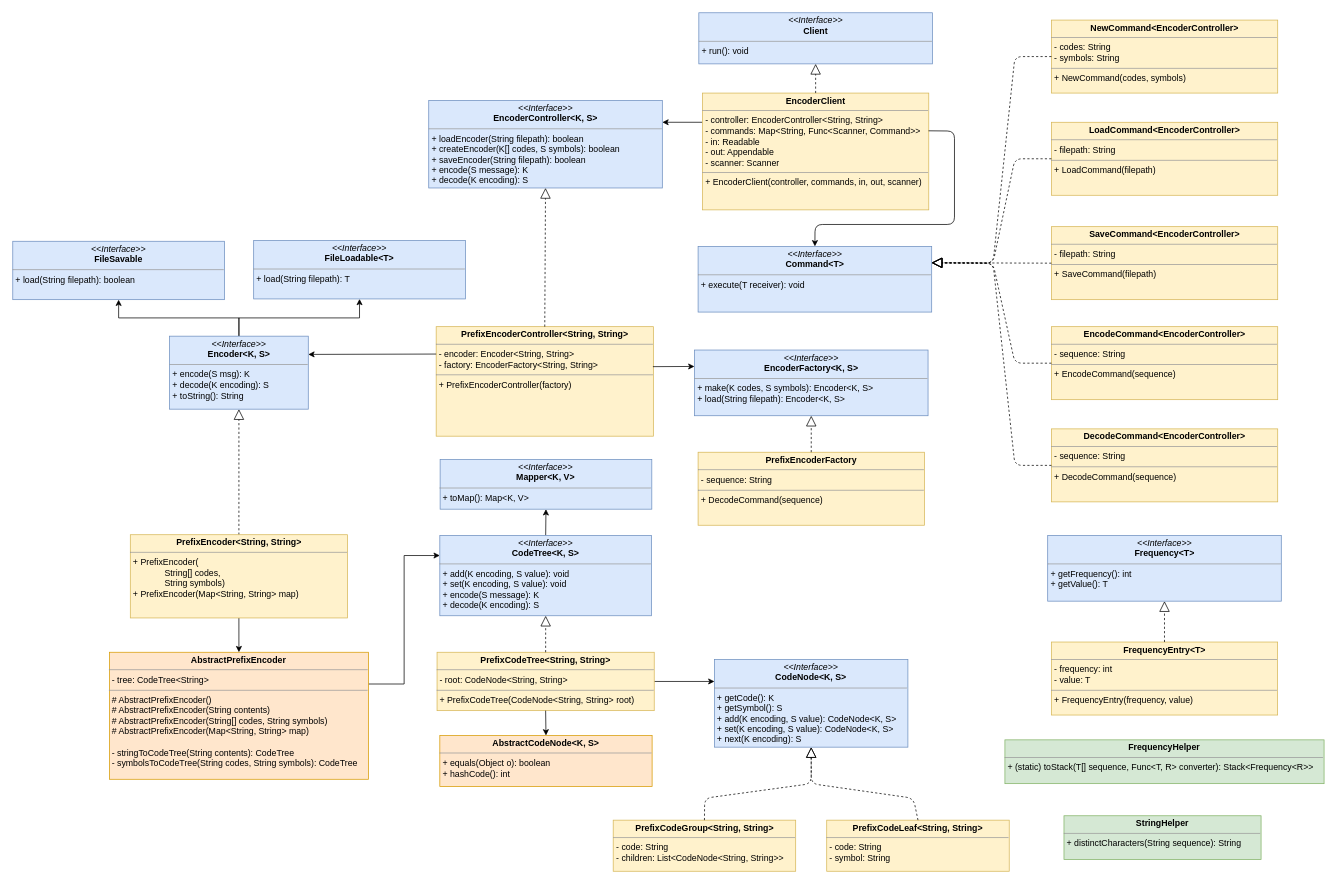
Before: HW4/HW4-final-design.drawio in gbattra/OOP-Design-Patterns-in-Java, a draw.io diagram. Source tidied: cells renumbered, new cells numbered last; positions are measured from the earlier drawing's top-left corner, leaving out a move shared by most shapes. Both pictures are drawn from the tidied source at 73%, with x=0, y=0 at pixel (12, 12).
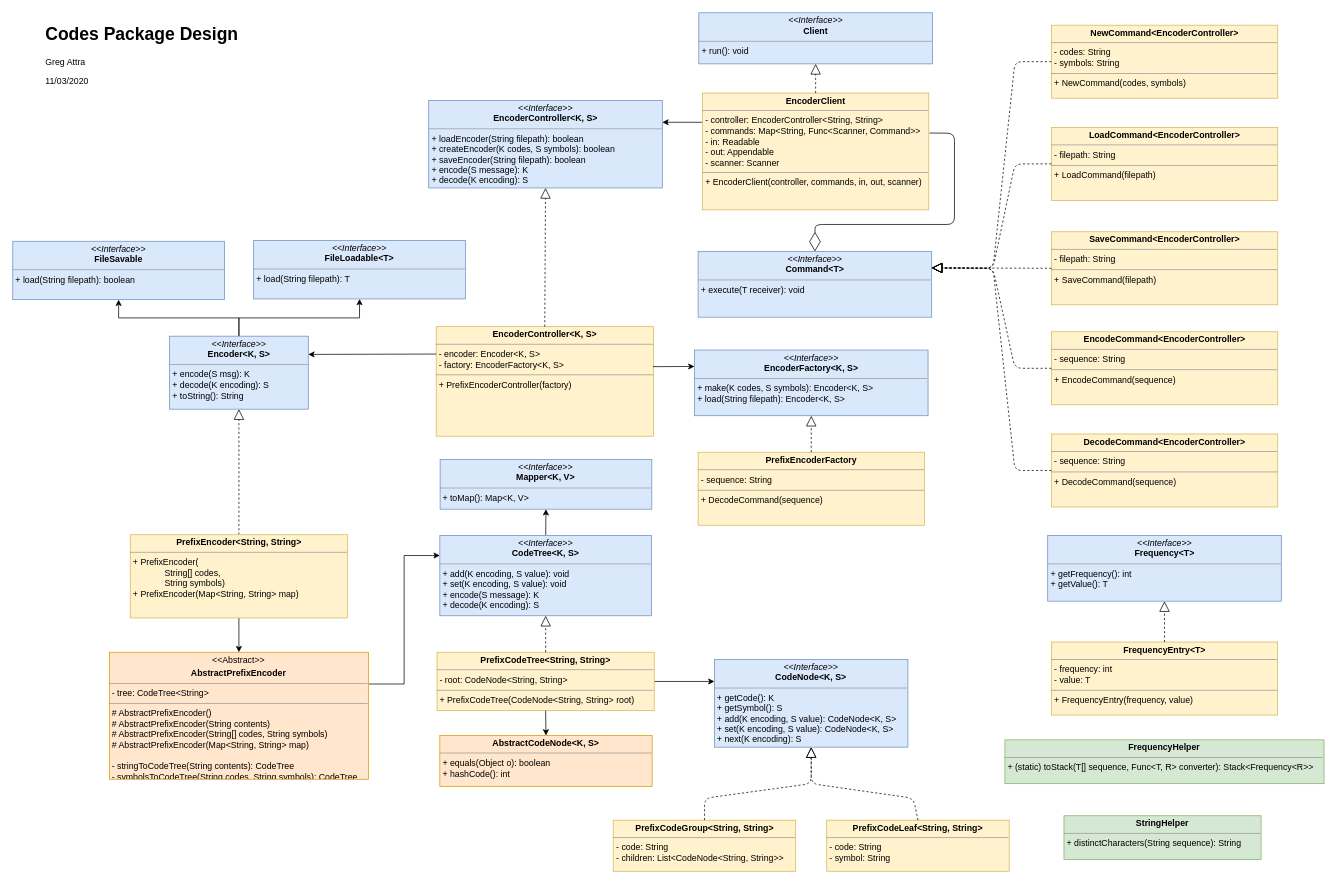
The same diagram, later.

The change refers to these unchanged cells:
```xml
<mxCell id="22" value="&lt;p style=&quot;margin: 0px ; margin-top: 4px ; text-align: center&quot;&gt;&lt;span style=&quot;font-weight: 700&quot;&gt;EncoderClient&lt;/span&gt;&lt;br&gt;&lt;/p&gt;&lt;hr size=&quot;1&quot;&gt;&lt;p style=&quot;margin: 0px ; margin-left: 4px&quot;&gt;- controller: EncoderController&amp;lt;String, String&amp;gt;&lt;br&gt;&lt;/p&gt;&lt;p style=&quot;margin: 0px ; margin-left: 4px&quot;&gt;- commands: Map&amp;lt;String, Func&amp;lt;Scanner, Command&amp;gt;&amp;gt;&lt;/p&gt;&lt;p style=&quot;margin: 0px ; margin-left: 4px&quot;&gt;- in: Readable&lt;/p&gt;&lt;p style=&quot;margin: 0px ; margin-left: 4px&quot;&gt;- out: Appendable&lt;/p&gt;&lt;p style=&quot;margin: 0px ; margin-left: 4px&quot;&gt;- scanner: Scanner&lt;/p&gt;&lt;hr size=&quot;1&quot;&gt;&lt;p style=&quot;margin: 0px ; margin-left: 4px&quot;&gt;+ EncoderClient(controller, commands, in, out, scanner)&lt;/p&gt;" style="verticalAlign=top;align=left;overflow=fill;fontSize=12;fontFamily=Helvetica;html=1;fillColor=#fff2cc;strokeColor=#d6b656;" parent="1" vertex="1">
  <mxGeometry x="944.8" y="110" width="310" height="160" as="geometry" />
</mxCell>
```

Change to the diagram source:
```diff
@@
-    <mxCell id="9" value="&lt;p style=&quot;margin: 0px ; margin-top: 4px ; text-align: center&quot;&gt;&lt;i&gt;&amp;lt;&amp;lt;Interface&amp;gt;&amp;gt;&lt;/i&gt;&lt;br&gt;&lt;b&gt;EncoderController&amp;lt;K, S&amp;gt;&lt;/b&gt;&lt;/p&gt;&lt;hr size=&quot;1&quot;&gt;&lt;p style=&quot;margin: 0px ; margin-left: 4px&quot;&gt;+ loadEncoder(String filepath): boolean&lt;br&gt;&lt;/p&gt;&lt;p style=&quot;margin: 0px ; margin-left: 4px&quot;&gt;+ createEncoder(K[] codes, S symbols): boolean&lt;/p&gt;&lt;p style=&quot;margin: 0px ; margin-left: 4px&quot;&gt;+ saveEncoder(String filepath): boolean&lt;/p&gt;&lt;p style=&quot;margin: 0px ; margin-left: 4px&quot;&gt;+ encode(S message): K&lt;/p&gt;&lt;p style=&quot;margin: 0px ; margin-left: 4px&quot;&gt;+ decode(K encoding): S&lt;/p&gt;" style="verticalAlign=top;align=left;overflow=fill;fontSize=12;fontFamily=Helvetica;html=1;fillColor=#dae8fc;strokeColor=#6c8ebf;" parent="1" vertex="1">
+    <mxCell id="9" value="&lt;p style=&quot;margin: 0px ; margin-top: 4px ; text-align: center&quot;&gt;&lt;i&gt;&amp;lt;&amp;lt;Interface&amp;gt;&amp;gt;&lt;/i&gt;&lt;br&gt;&lt;b&gt;EncoderController&amp;lt;K, S&amp;gt;&lt;/b&gt;&lt;/p&gt;&lt;hr size=&quot;1&quot;&gt;&lt;p style=&quot;margin: 0px ; margin-left: 4px&quot;&gt;+ loadEncoder(String filepath): boolean&lt;br&gt;&lt;/p&gt;&lt;p style=&quot;margin: 0px ; margin-left: 4px&quot;&gt;+ createEncoder(K codes, S symbols): boolean&lt;/p&gt;&lt;p style=&quot;margin: 0px ; margin-left: 4px&quot;&gt;+ saveEncoder(String filepath): boolean&lt;/p&gt;&lt;p style=&quot;margin: 0px ; margin-left: 4px&quot;&gt;+ encode(S message): K&lt;/p&gt;&lt;p style=&quot;margin: 0px ; margin-left: 4px&quot;&gt;+ decode(K encoding): S&lt;/p&gt;" style="verticalAlign=top;align=left;overflow=fill;fontSize=12;fontFamily=Helvetica;html=1;fillColor=#dae8fc;strokeColor=#6c8ebf;" parent="1" vertex="1">
       <mxGeometry x="569.8" y="120" width="320" height="120" as="geometry" />
     </mxCell>
@@
-    <mxCell id="18" value="&lt;p style=&quot;margin: 0px ; margin-top: 4px ; text-align: center&quot;&gt;&lt;span style=&quot;font-weight: 700&quot;&gt;PrefixEncoderController&amp;lt;String, String&amp;gt;&lt;/span&gt;&lt;br&gt;&lt;/p&gt;&lt;hr size=&quot;1&quot;&gt;&lt;p style=&quot;margin: 0px ; margin-left: 4px&quot;&gt;- encoder: Encoder&amp;lt;String, String&amp;gt;&lt;br&gt;&lt;/p&gt;&lt;p style=&quot;margin: 0px ; margin-left: 4px&quot;&gt;- factory: EncoderFactory&amp;lt;String, String&amp;gt;&lt;/p&gt;&lt;hr size=&quot;1&quot;&gt;&lt;p style=&quot;margin: 0px ; margin-left: 4px&quot;&gt;+ PrefixEncoderController(factory)&lt;/p&gt;" style="verticalAlign=top;align=left;overflow=fill;fontSize=12;fontFamily=Helvetica;html=1;fillColor=#fff2cc;strokeColor=#d6b656;" parent="1" vertex="1">
+    <mxCell id="18" value="&lt;p style=&quot;margin: 0px ; margin-top: 4px ; text-align: center&quot;&gt;&lt;span style=&quot;font-weight: 700&quot;&gt;EncoderController&amp;lt;K, S&amp;gt;&lt;/span&gt;&lt;br&gt;&lt;/p&gt;&lt;hr size=&quot;1&quot;&gt;&lt;p style=&quot;margin: 0px ; margin-left: 4px&quot;&gt;- encoder: Encoder&amp;lt;K, S&amp;gt;&lt;br&gt;&lt;/p&gt;&lt;p style=&quot;margin: 0px ; margin-left: 4px&quot;&gt;- factory: EncoderFactory&amp;lt;K, S&amp;gt;&lt;/p&gt;&lt;hr size=&quot;1&quot;&gt;&lt;p style=&quot;margin: 0px ; margin-left: 4px&quot;&gt;+ PrefixEncoderController(factory)&lt;/p&gt;" style="verticalAlign=top;align=left;overflow=fill;fontSize=12;fontFamily=Helvetica;html=1;fillColor=#fff2cc;strokeColor=#d6b656;" parent="1" vertex="1">
       <mxGeometry x="580" y="430" width="297.5" height="150" as="geometry" />
     </mxCell>
@@
     <mxCell id="24" value="&lt;p style=&quot;margin: 0px ; margin-top: 4px ; text-align: center&quot;&gt;&lt;i&gt;&amp;lt;&amp;lt;Interface&amp;gt;&amp;gt;&lt;/i&gt;&lt;br&gt;&lt;b&gt;Command&amp;lt;T&amp;gt;&lt;/b&gt;&lt;/p&gt;&lt;hr size=&quot;1&quot;&gt;&lt;p style=&quot;margin: 0px ; margin-left: 4px&quot;&gt;+ execute(T receiver): void&lt;/p&gt;" style="verticalAlign=top;align=left;overflow=fill;fontSize=12;fontFamily=Helvetica;html=1;fillColor=#dae8fc;strokeColor=#6c8ebf;" parent="1" vertex="1">
-      <mxGeometry x="938.8" y="320" width="320" height="90" as="geometry" />
+      <mxGeometry x="938.8" y="327" width="320" height="90" as="geometry" />
     </mxCell>
     <mxCell id="25" value="&lt;p style=&quot;margin: 0px ; margin-top: 4px ; text-align: center&quot;&gt;&lt;span style=&quot;font-weight: 700&quot;&gt;LoadCommand&amp;lt;EncoderController&amp;gt;&lt;/span&gt;&lt;br&gt;&lt;/p&gt;&lt;hr size=&quot;1&quot;&gt;&lt;p style=&quot;margin: 0px ; margin-left: 4px&quot;&gt;- filepath: String&lt;br&gt;&lt;/p&gt;&lt;hr size=&quot;1&quot;&gt;&lt;p style=&quot;margin: 0px ; margin-left: 4px&quot;&gt;+ LoadCommand(filepath)&lt;/p&gt;" style="verticalAlign=top;align=left;overflow=fill;fontSize=12;fontFamily=Helvetica;html=1;fillColor=#fff2cc;strokeColor=#d6b656;" parent="1" vertex="1">
-      <mxGeometry x="1422.8" y="150" width="310" height="100" as="geometry" />
+      <mxGeometry x="1422.8" y="157" width="310" height="100" as="geometry" />
     </mxCell>
     <mxCell id="26" value="&lt;p style=&quot;margin: 0px ; margin-top: 4px ; text-align: center&quot;&gt;&lt;span style=&quot;font-weight: 700&quot;&gt;SaveCommand&amp;lt;EncoderController&amp;gt;&lt;/span&gt;&lt;br&gt;&lt;/p&gt;&lt;hr size=&quot;1&quot;&gt;&lt;p style=&quot;margin: 0px ; margin-left: 4px&quot;&gt;- filepath: String&lt;br&gt;&lt;/p&gt;&lt;hr size=&quot;1&quot;&gt;&lt;p style=&quot;margin: 0px ; margin-left: 4px&quot;&gt;+ SaveCommand(filepath)&lt;/p&gt;" style="verticalAlign=top;align=left;overflow=fill;fontSize=12;fontFamily=Helvetica;html=1;fillColor=#fff2cc;strokeColor=#d6b656;" parent="1" vertex="1">
-      <mxGeometry x="1422.8" y="293" width="310" height="100" as="geometry" />
+      <mxGeometry x="1422.8" y="300" width="310" height="100" as="geometry" />
     </mxCell>
     <mxCell id="27" value="&lt;p style=&quot;margin: 0px ; margin-top: 4px ; text-align: center&quot;&gt;&lt;span style=&quot;font-weight: 700&quot;&gt;EncodeCommand&amp;lt;EncoderController&amp;gt;&lt;/span&gt;&lt;br&gt;&lt;/p&gt;&lt;hr size=&quot;1&quot;&gt;&lt;p style=&quot;margin: 0px ; margin-left: 4px&quot;&gt;- sequence: String&lt;br&gt;&lt;/p&gt;&lt;hr size=&quot;1&quot;&gt;&lt;p style=&quot;margin: 0px ; margin-left: 4px&quot;&gt;+ EncodeCommand(sequence)&lt;/p&gt;" style="verticalAlign=top;align=left;overflow=fill;fontSize=12;fontFamily=Helvetica;html=1;fillColor=#fff2cc;strokeColor=#d6b656;" parent="1" vertex="1">
-      <mxGeometry x="1422.8" y="430" width="310" height="100" as="geometry" />
+      <mxGeometry x="1422.8" y="437" width="310" height="100" as="geometry" />
     </mxCell>
     <mxCell id="28" value="&lt;p style=&quot;margin: 0px ; margin-top: 4px ; text-align: center&quot;&gt;&lt;span style=&quot;font-weight: 700&quot;&gt;NewCommand&amp;lt;EncoderController&amp;gt;&lt;/span&gt;&lt;br&gt;&lt;/p&gt;&lt;hr size=&quot;1&quot;&gt;&lt;p style=&quot;margin: 0px ; margin-left: 4px&quot;&gt;- codes: String&lt;br&gt;&lt;/p&gt;&lt;p style=&quot;margin: 0px ; margin-left: 4px&quot;&gt;- symbols: String&lt;/p&gt;&lt;hr size=&quot;1&quot;&gt;&lt;p style=&quot;margin: 0px ; margin-left: 4px&quot;&gt;+ NewCommand(codes, symbols)&lt;/p&gt;" style="verticalAlign=top;align=left;overflow=fill;fontSize=12;fontFamily=Helvetica;html=1;fillColor=#fff2cc;strokeColor=#d6b656;" parent="1" vertex="1">
-      <mxGeometry x="1422.8" y="10" width="310" height="100" as="geometry" />
+      <mxGeometry x="1422.8" y="17" width="310" height="100" as="geometry" />
     </mxCell>
     <mxCell id="29" value="&lt;p style=&quot;margin: 0px ; margin-top: 4px ; text-align: center&quot;&gt;&lt;span style=&quot;font-weight: 700&quot;&gt;DecodeCommand&amp;lt;EncoderController&amp;gt;&lt;/span&gt;&lt;br&gt;&lt;/p&gt;&lt;hr size=&quot;1&quot;&gt;&lt;p style=&quot;margin: 0px ; margin-left: 4px&quot;&gt;- sequence: String&lt;br&gt;&lt;/p&gt;&lt;hr size=&quot;1&quot;&gt;&lt;p style=&quot;margin: 0px ; margin-left: 4px&quot;&gt;+ DecodeCommand(sequence)&lt;/p&gt;" style="verticalAlign=top;align=left;overflow=fill;fontSize=12;fontFamily=Helvetica;html=1;fillColor=#fff2cc;strokeColor=#d6b656;" parent="1" vertex="1">
-      <mxGeometry x="1422.8" y="570" width="310" height="100" as="geometry" />
+      <mxGeometry x="1422.8" y="577" width="310" height="100" as="geometry" />
     </mxCell>
@@
     <mxCell id="32" style="endArrow=block;dashed=1;endFill=0;endSize=12;html=1;exitX=0;exitY=0.5;exitDx=0;exitDy=0;entryX=1;entryY=0.25;entryDx=0;entryDy=0;" parent="1" edge="1" source="25" target="24">
       <mxGeometry relative="1" as="geometry">
         <Array as="points">
-          <mxPoint x="1372.8" y="200" />
-          <mxPoint x="1342.8" y="343" />
+          <mxPoint x="1372.8" y="207" />
+          <mxPoint x="1342.8" y="350" />
         </Array>
       </mxGeometry>
     </mxCell>
     <mxCell id="33" style="endArrow=block;dashed=1;endFill=0;endSize=12;html=1;exitX=0;exitY=0.5;exitDx=0;exitDy=0;entryX=1;entryY=0.25;entryDx=0;entryDy=0;" parent="1" edge="1" source="28" target="24">
       <mxGeometry relative="1" as="geometry">
         <Array as="points">
-          <mxPoint x="1372.8" y="60" />
-          <mxPoint x="1342.8" y="343" />
+          <mxPoint x="1372.8" y="67" />
+          <mxPoint x="1342.8" y="350" />
         </Array>
       </mxGeometry>
     </mxCell>
     <mxCell id="34" style="endArrow=block;dashed=1;endFill=0;endSize=12;html=1;exitX=0;exitY=0.5;exitDx=0;exitDy=0;entryX=1;entryY=0.25;entryDx=0;entryDy=0;" parent="1" edge="1" source="27" target="24">
       <mxGeometry relative="1" as="geometry">
         <Array as="points">
-          <mxPoint x="1372.8" y="480" />
-          <mxPoint x="1342.8" y="343" />
+          <mxPoint x="1372.8" y="487" />
+          <mxPoint x="1342.8" y="350" />
         </Array>
       </mxGeometry>
     </mxCell>
     <mxCell id="35" style="endArrow=block;dashed=1;endFill=0;endSize=12;html=1;exitX=0;exitY=0.5;exitDx=0;exitDy=0;entryX=1;entryY=0.25;entryDx=0;entryDy=0;" parent="1" edge="1" source="29" target="24">
       <mxGeometry relative="1" as="geometry">
         <Array as="points">
-          <mxPoint x="1372.8" y="620" />
-          <mxPoint x="1342.8" y="343" />
+          <mxPoint x="1372.8" y="627" />
+          <mxPoint x="1342.8" y="350" />
         </Array>
       </mxGeometry>
     </mxCell>
@@
-    <mxCell id="42" style="endArrow=classic;html=1;exitX=0.999;exitY=0.323;exitDx=0;exitDy=0;exitPerimeter=0;entryX=0.5;entryY=0;entryDx=0;entryDy=0;" parent="1" edge="1" source="22" target="24">
-      <mxGeometry relative="1" as="geometry">
-        <Array as="points">
-          <mxPoint x="1290" y="162" />
-          <mxPoint x="1290" y="290" />
-          <mxPoint x="1099" y="290" />
-        </Array>
-      </mxGeometry>
-    </mxCell>
@@
-    <mxCell id="53" value="&lt;p style=&quot;margin: 0px ; margin-top: 4px ; text-align: center&quot;&gt;&lt;span style=&quot;font-weight: 700&quot;&gt;AbstractPrefixEncoder&lt;/span&gt;&lt;br&gt;&lt;/p&gt;&lt;hr size=&quot;1&quot;&gt;&lt;p style=&quot;margin: 0px ; margin-left: 4px&quot;&gt;- tree: CodeTree&amp;lt;String&amp;gt;&lt;br&gt;&lt;/p&gt;&lt;hr size=&quot;1&quot;&gt;&lt;p style=&quot;margin: 0px ; margin-left: 4px&quot;&gt;# AbstractPrefixEncoder()&lt;/p&gt;&lt;p style=&quot;margin: 0px ; margin-left: 4px&quot;&gt;# AbstractPrefixEncoder(String contents)&lt;/p&gt;&lt;p style=&quot;margin: 0px ; margin-left: 4px&quot;&gt;# AbstractPrefixEncoder(&lt;span&gt;String[] codes,&amp;nbsp;&lt;/span&gt;&lt;span&gt;String symbols)&lt;/span&gt;&lt;/p&gt;&lt;p style=&quot;margin: 0px ; margin-left: 4px&quot;&gt;# AbstractPrefixEncoder(&lt;span&gt;Map&amp;lt;String, String&amp;gt; map)&lt;/span&gt;&lt;/p&gt;&lt;p style=&quot;margin: 0px ; margin-left: 4px&quot;&gt;&lt;span&gt;&lt;br&gt;&lt;/span&gt;&lt;/p&gt;&lt;p style=&quot;margin: 0px ; margin-left: 4px&quot;&gt;&lt;span&gt;- stringToCodeTree(String contents): CodeTree&lt;/span&gt;&lt;/p&gt;&lt;p style=&quot;margin: 0px ; margin-left: 4px&quot;&gt;&lt;span&gt;- symbolsToCodeTree(String codes, String symbols): CodeTree&lt;/span&gt;&lt;/p&gt;" style="verticalAlign=top;align=left;overflow=fill;fontSize=12;fontFamily=Helvetica;html=1;fillColor=#ffe6cc;strokeColor=#d79b00;" parent="1" vertex="1">
+    <mxCell id="53" value="&lt;p style=&quot;margin: 0px ; margin-top: 4px ; text-align: center&quot;&gt;&amp;lt;&amp;lt;Abstract&amp;gt;&amp;gt;&lt;/p&gt;&lt;p style=&quot;margin: 0px ; margin-top: 4px ; text-align: center&quot;&gt;&lt;span style=&quot;font-weight: 700&quot;&gt;AbstractPrefixEncoder&lt;/span&gt;&lt;br&gt;&lt;/p&gt;&lt;hr size=&quot;1&quot;&gt;&lt;p style=&quot;margin: 0px ; margin-left: 4px&quot;&gt;- tree: CodeTree&amp;lt;String&amp;gt;&lt;br&gt;&lt;/p&gt;&lt;hr size=&quot;1&quot;&gt;&lt;p style=&quot;margin: 0px ; margin-left: 4px&quot;&gt;# AbstractPrefixEncoder()&lt;/p&gt;&lt;p style=&quot;margin: 0px ; margin-left: 4px&quot;&gt;# AbstractPrefixEncoder(String contents)&lt;/p&gt;&lt;p style=&quot;margin: 0px ; margin-left: 4px&quot;&gt;# AbstractPrefixEncoder(&lt;span&gt;String[] codes,&amp;nbsp;&lt;/span&gt;&lt;span&gt;String symbols)&lt;/span&gt;&lt;/p&gt;&lt;p style=&quot;margin: 0px ; margin-left: 4px&quot;&gt;# AbstractPrefixEncoder(&lt;span&gt;Map&amp;lt;String, String&amp;gt; map)&lt;/span&gt;&lt;/p&gt;&lt;p style=&quot;margin: 0px ; margin-left: 4px&quot;&gt;&lt;span&gt;&lt;br&gt;&lt;/span&gt;&lt;/p&gt;&lt;p style=&quot;margin: 0px ; margin-left: 4px&quot;&gt;&lt;span&gt;- stringToCodeTree(String contents): CodeTree&lt;/span&gt;&lt;/p&gt;&lt;p style=&quot;margin: 0px ; margin-left: 4px&quot;&gt;&lt;span&gt;- symbolsToCodeTree(String codes, String symbols): CodeTree&lt;/span&gt;&lt;/p&gt;" style="verticalAlign=top;align=left;overflow=fill;fontSize=12;fontFamily=Helvetica;html=1;fillColor=#ffe6cc;strokeColor=#d79b00;" parent="1" vertex="1">
       <mxGeometry x="132.4" y="876" width="354.8" height="174" as="geometry" />
     </mxCell>
+    <mxCell id="54" value="&lt;h1&gt;Codes Package Design&lt;/h1&gt;&lt;p&gt;Greg Attra&lt;/p&gt;&lt;p&gt;11/03/2020&lt;/p&gt;" style="text;html=1;strokeColor=none;fillColor=none;spacing=5;spacingTop=-20;whiteSpace=wrap;overflow=hidden;rounded=0;" parent="1" vertex="1">
+      <mxGeometry x="40" y="10" width="310" height="120" as="geometry" />
+    </mxCell>
+    <mxCell id="42" style="endArrow=diamondThin;endFill=0;endSize=24;html=1;exitX=1.003;exitY=0.342;exitDx=0;exitDy=0;exitPerimeter=0;entryX=0.5;entryY=0;entryDx=0;entryDy=0;" parent="1" edge="1" source="22" target="24">
+      <mxGeometry relative="1" as="geometry">
+        <Array as="points">
+          <mxPoint x="1290" y="165" />
+          <mxPoint x="1290" y="290" />
+          <mxPoint x="1099" y="290" />
+        </Array>
+      </mxGeometry>
+    </mxCell>
```
